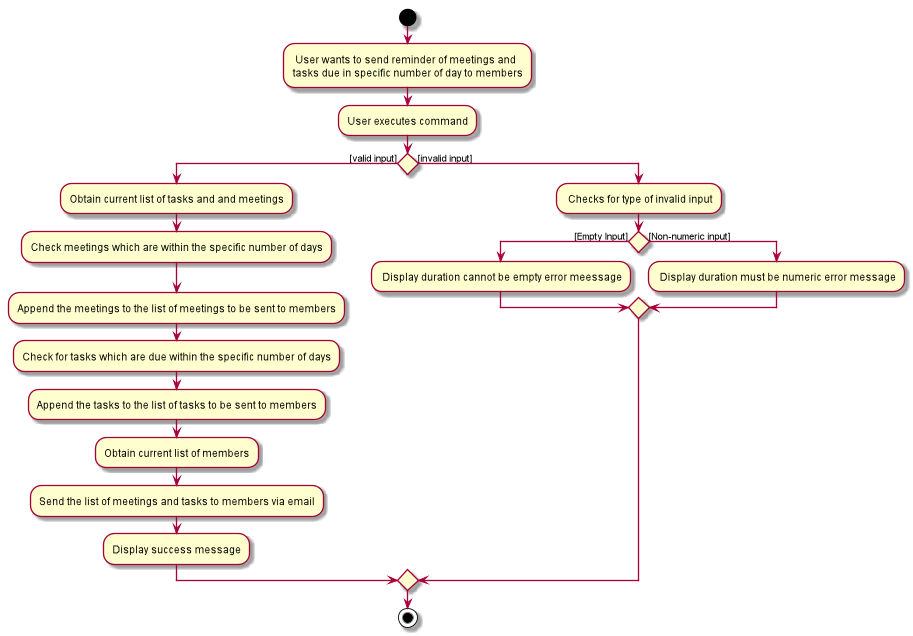
This is docs/images/SendReminderActivityDiagram.png from nus-cs2103-AY1920S1/addressbook-level3, a PlantUML export, as it was before one commit.
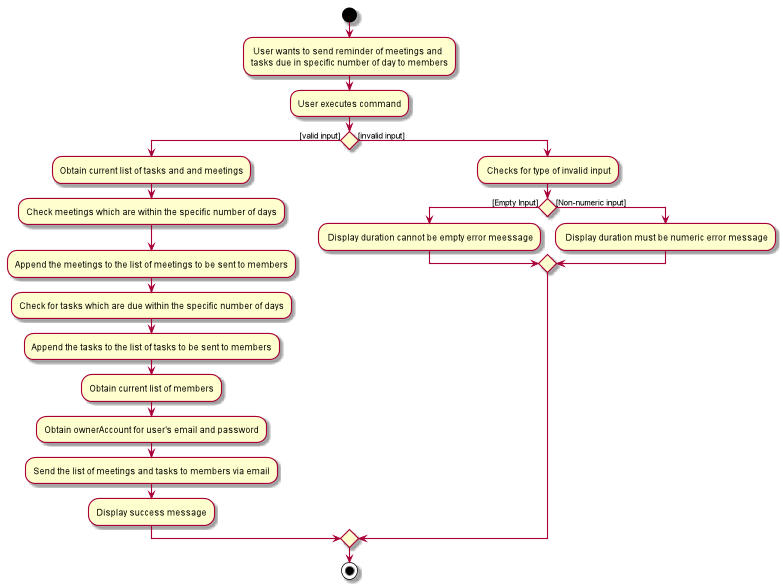
Later version of the same file.

Change to the diagram source:
```diff
@@ -11,6 +11,7 @@
 :Check for tasks which are due within the specific number of days;
 :Append the tasks to the list of tasks to be sent to members;
 :Obtain current list of members;
+:Obtain ownerAccount for user's email and password;
 :Send the list of meetings and tasks to members via email;
 :Display success message;
 else ([invalid input])
```
